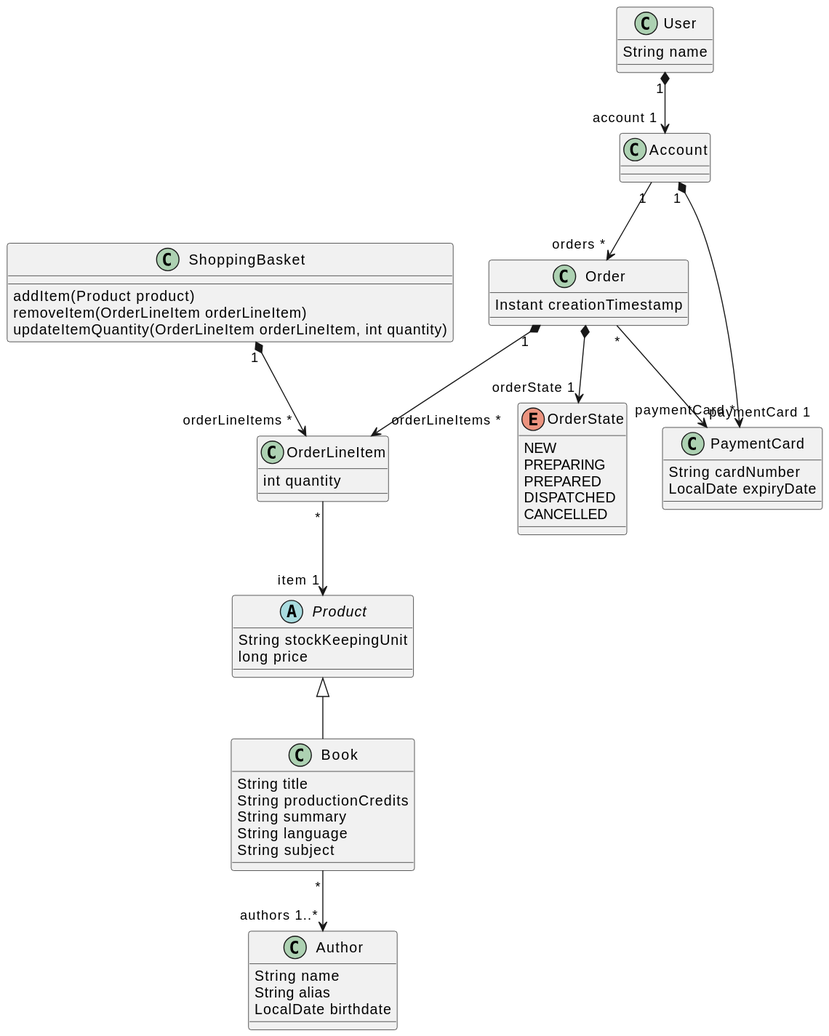
dtmo/bookshop keeps this PlantUML diagram as docs/design/out/book_shop_domain_model/book_shop_domain_model.svg. Above is the earlier version.
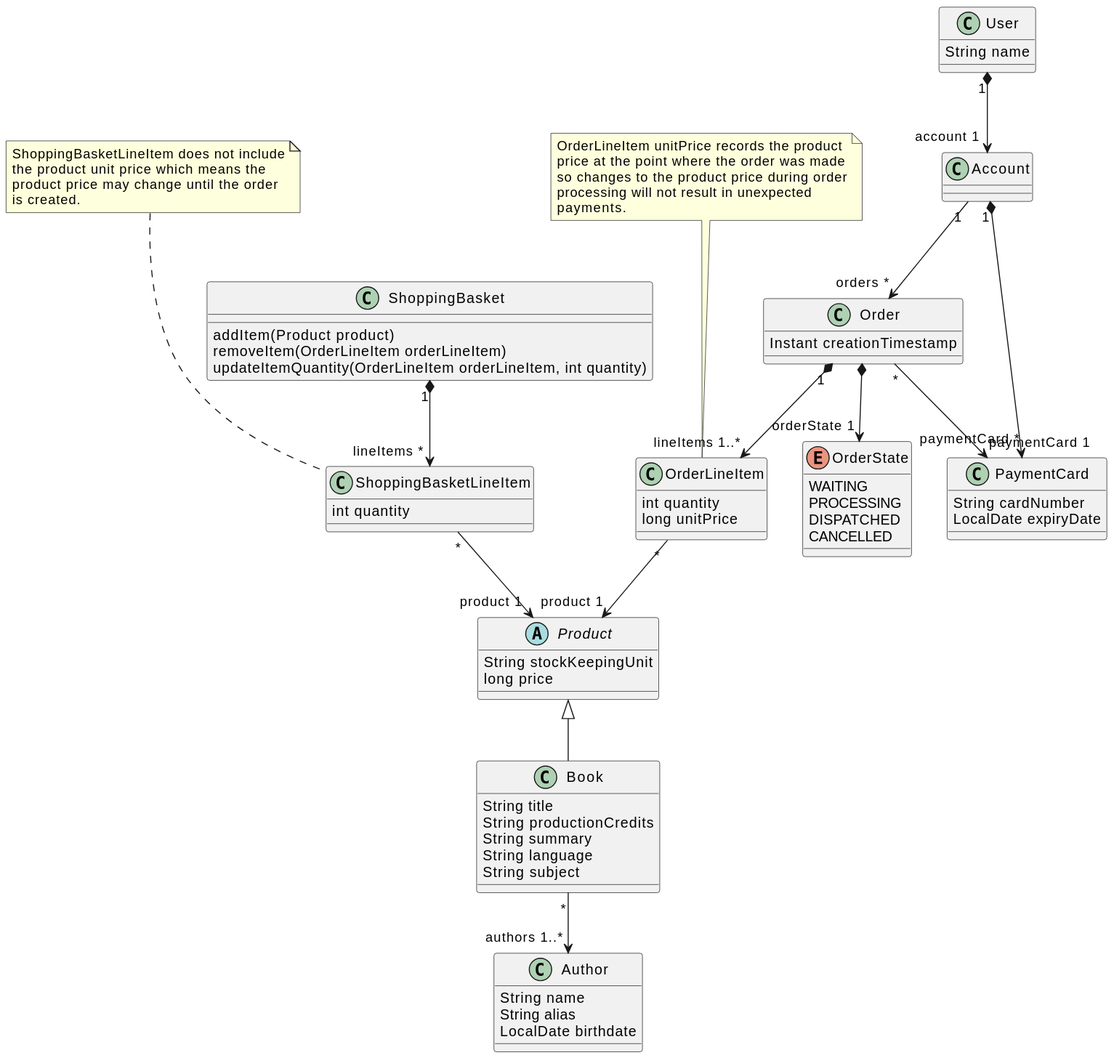
The same diagram one commit later.

Diff of the diagram source:
```diff
@@ -21,11 +21,19 @@
 Product <|-- Book
 Book "*" --> "authors 1..*" Author
 
-class OrderLineItem {
+class ShoppingBasketLineItem {
     int quantity
 }
 
-OrderLineItem "*" --> "item 1" Product
+ShoppingBasketLineItem "*" --> "product 1" Product
+
+note as N1
+    ShoppingBasketLineItem does not include
+    the product unit price which means the
+    product price may change until the order
+    is created.
+endnote
+N1 ... ShoppingBasketLineItem
 
 class ShoppingBasket {
     addItem(Product product)
@@ -33,17 +41,32 @@
     updateItemQuantity(OrderLineItem orderLineItem, int quantity)
 }
 
-ShoppingBasket "1" *--> "orderLineItems *" OrderLineItem
+ShoppingBasket "1" *--> "lineItems *" ShoppingBasketLineItem
 
 class PaymentCard {
     String cardNumber
     LocalDate expiryDate
 }
 
+class OrderLineItem {
+    int quantity
+    long unitPrice
+}
+
+OrderLineItem "*" --> "product 1" Product
+
+note as N2
+    OrderLineItem unitPrice records the product
+    price at the point where the order was made
+    so changes to the product price during order
+    processing will not result in unexpected
+    payments.
+endnote
+N2 ... OrderLineItem
+
 enum OrderState {
-    NEW
-    PREPARING
-    PREPARED
+    WAITING
+    PROCESSING
     DISPATCHED
     CANCELLED
 }
@@ -53,7 +76,7 @@
 }
 
 Order *--> "orderState 1" OrderState
-Order "1" *--> "orderLineItems *" OrderLineItem
+Order "1" *--> "lineItems 1..*" OrderLineItem
 Order "*" --> "paymentCard 1" PaymentCard
 
 class Account {
```
